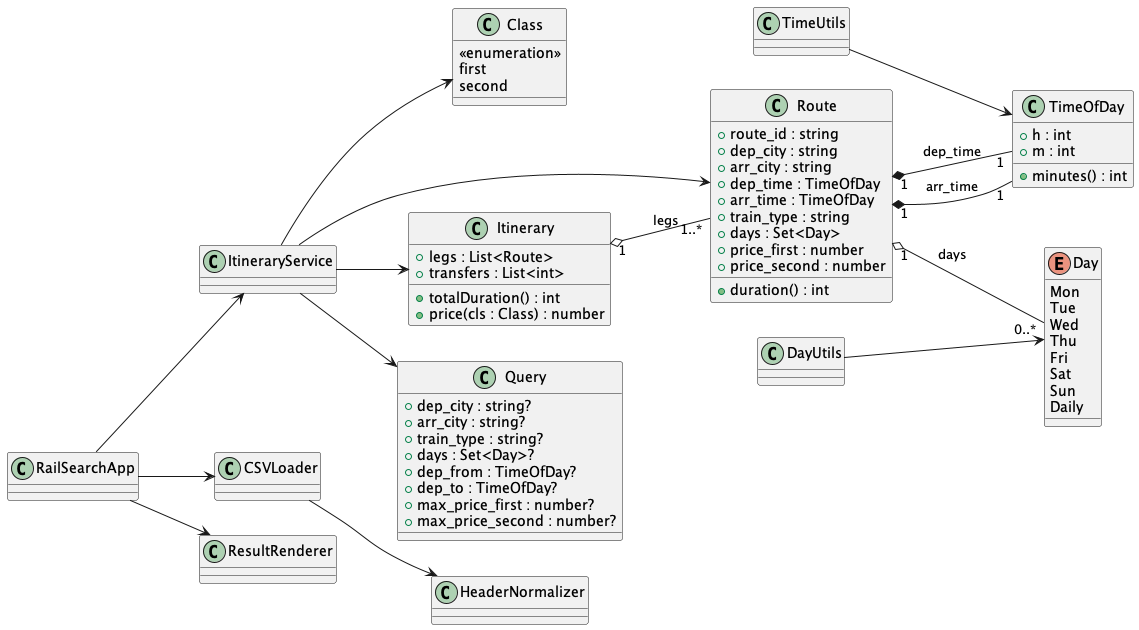
This is Phase1/docs/Artifacts/DomainModel.png from nicolas-zampieri/SOEN342, a PlantUML export, as it was before one commit. The source it was exported from:
```plantuml
@startuml DomainModel
left to right direction

enum Day {
  Mon
  Tue
  Wed
  Thu
  Fri
  Sat
  Sun
  Daily
}

class Class {
  <<enumeration>>
  first
  second
}

class TimeOfDay {
  +h : int
  +m : int
  +minutes() : int
}

class Route {
  +route_id : string
  +dep_city : string
  +arr_city : string
  +dep_time : TimeOfDay
  +arr_time : TimeOfDay
  +train_type : string
  +days : Set<Day>
  +price_first : number
  +price_second : number
  +duration() : int
}

class Itinerary {
  +legs : List<Route>
  +transfers : List<int>
  +totalDuration() : int
  +price(cls : Class) : number
}

class Query {
  +dep_city : string?
  +arr_city : string?
  +train_type : string?
  +days : Set<Day>?
  +dep_from : TimeOfDay?
  +dep_to : TimeOfDay?
  +max_price_first : number?
  +max_price_second : number?
}

class ItineraryService
class DayUtils
class TimeUtils
class CSVLoader
class HeaderNormalizer
class ResultRenderer
class RailSearchApp

Itinerary "1" o-- "1..*" Route : legs
Route "1" *-- "1" TimeOfDay : dep_time
Route "1" *-- "1" TimeOfDay : arr_time
Route "1" o-- "0..*" Day : days

CSVLoader --> HeaderNormalizer
RailSearchApp --> CSVLoader
RailSearchApp --> ResultRenderer
RailSearchApp --> ItineraryService
ItineraryService --> Route
ItineraryService --> Itinerary
ItineraryService --> Query
ItineraryService --> Class
DayUtils --> Day
TimeUtils --> TimeOfDay
@enduml
```
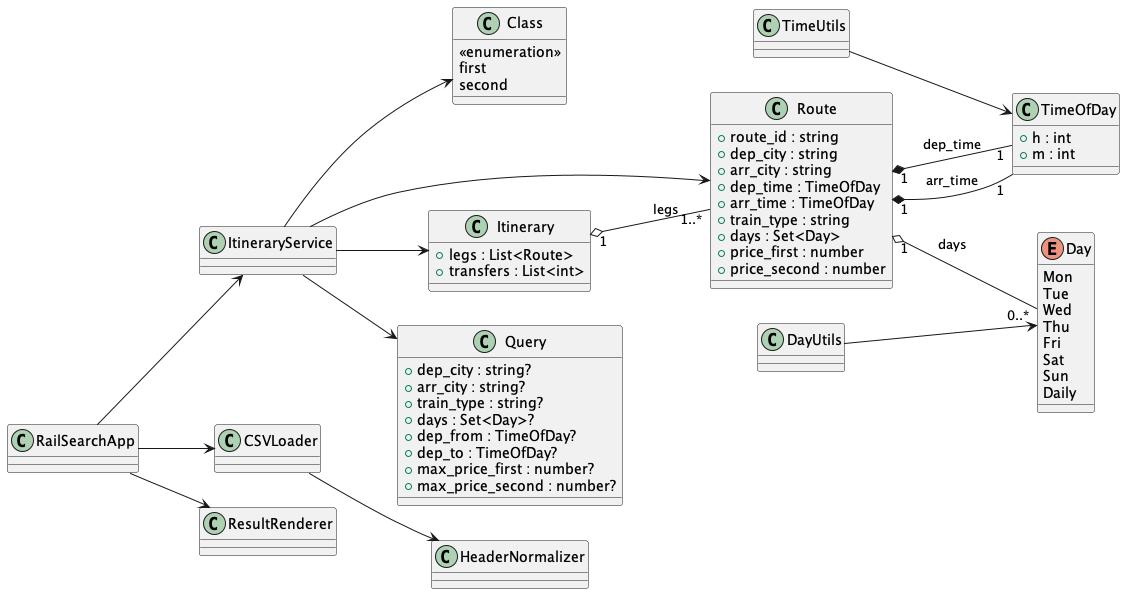
Later version of the same file.

Commit message:
Addition/Change of diagrams

The edit, as a diff of the source:
```diff
@@ -21,7 +21,6 @@
 class TimeOfDay {
   +h : int
   +m : int
-  +minutes() : int
 }
 
 class Route {
@@ -34,14 +33,11 @@
   +days : Set<Day>
   +price_first : number
   +price_second : number
-  +duration() : int
 }
 
 class Itinerary {
   +legs : List<Route>
   +transfers : List<int>
-  +totalDuration() : int
-  +price(cls : Class) : number
 }
 
 class Query {
```
